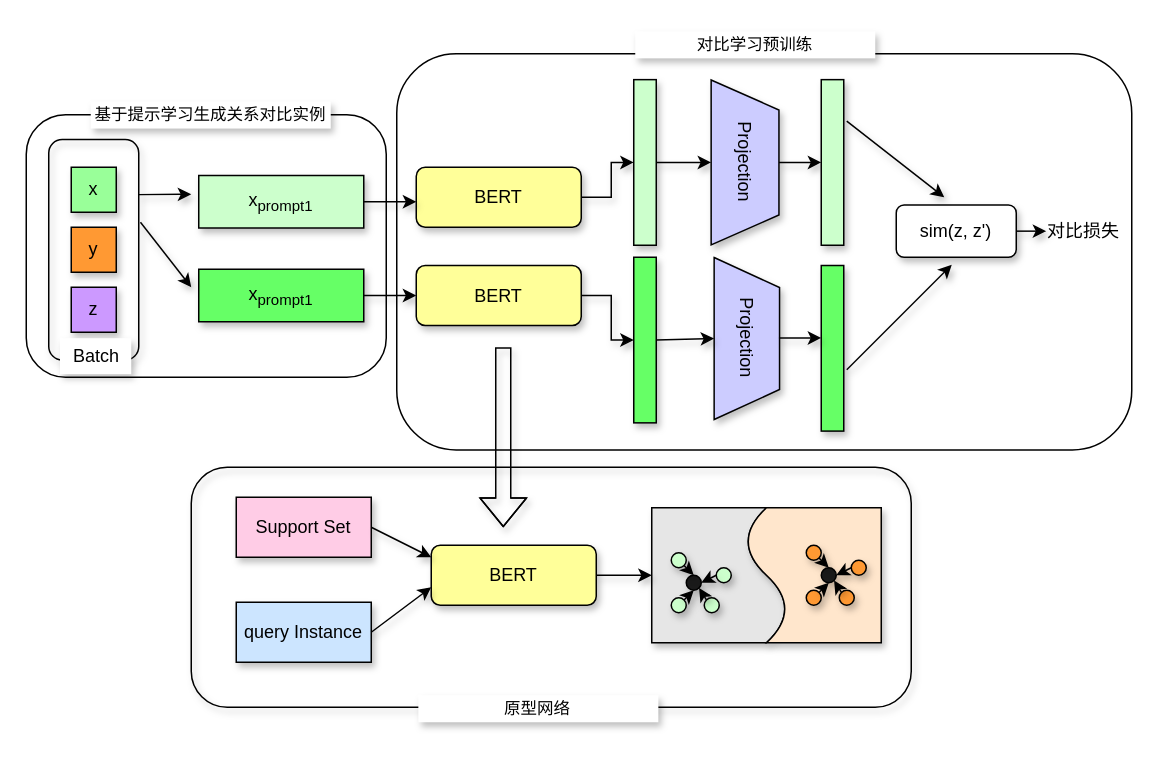
Above: page "第 1 页" (1 of 2) of FSRECP.drawio in janicewym/FSRECP (draw.io), before the change. Source tidied: cells renumbered, new cells numbered last; positions are measured from the earlier drawing's top-left corner, leaving out a move shared by most shapes. Both pictures are drawn from the tidied source at 150%, with x=0, y=0 at pixel (26, 30).
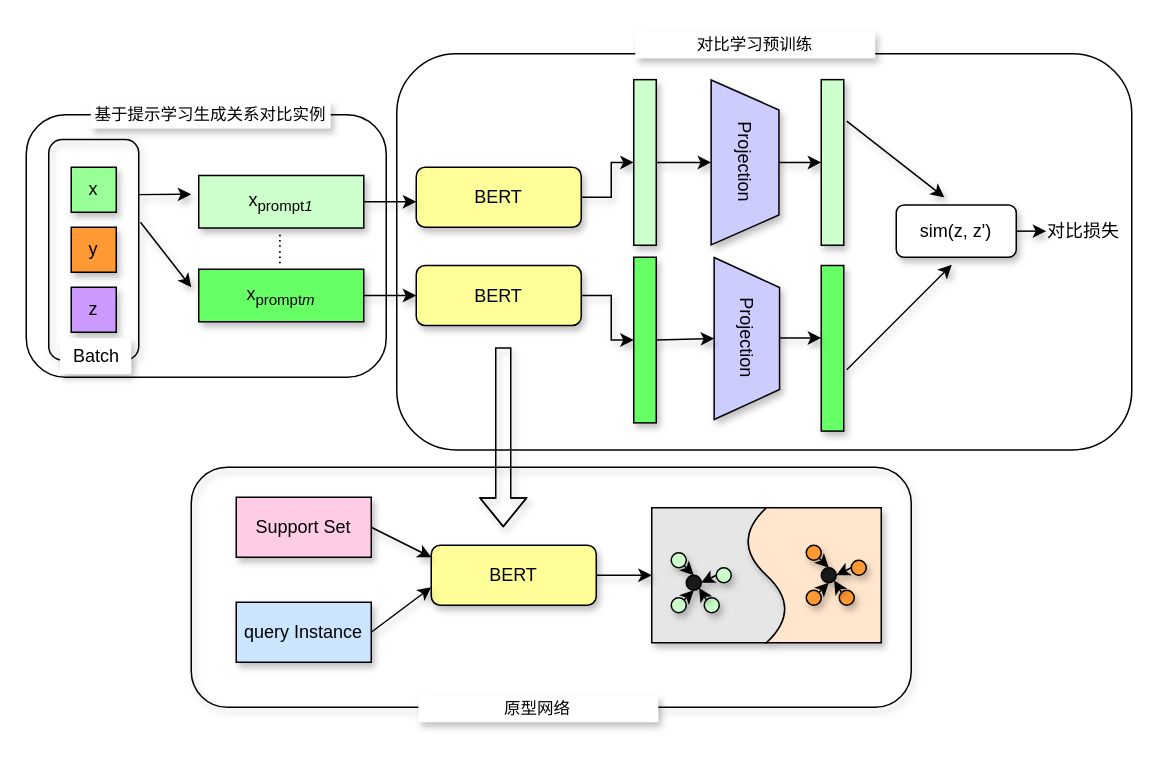
After the change.

What changed in the source:
```diff
@@
-    <mxCell id="8" value="x&lt;sub&gt;prompt1&lt;/sub&gt;" style="rounded=0;whiteSpace=wrap;html=1;fillColor=#CCFFCC;shadow=1;" parent="1" vertex="1">
+    <mxCell id="8" value="x&lt;sub&gt;prompt&lt;i&gt;1&lt;/i&gt;&lt;/sub&gt;" style="rounded=0;whiteSpace=wrap;html=1;fillColor=#CCFFCC;shadow=1;" parent="1" vertex="1">
       <mxGeometry x="115" y="96.5" width="110" height="35" as="geometry" />
     </mxCell>
@@
-    <mxCell id="10" value="x&lt;sub&gt;prompt1&lt;/sub&gt;" style="rounded=0;whiteSpace=wrap;html=1;fillColor=#66FF66;shadow=1;" parent="1" vertex="1">
+    <mxCell id="10" value="x&lt;sub&gt;prompt&lt;i&gt;m&lt;/i&gt;&lt;/sub&gt;" style="rounded=0;whiteSpace=wrap;html=1;fillColor=#66FF66;shadow=1;" parent="1" vertex="1">
       <mxGeometry x="115" y="159" width="110" height="35" as="geometry" />
     </mxCell>
@@
+    <mxCell id="66" value="……" style="text;html=1;strokeColor=none;fillColor=none;align=center;verticalAlign=middle;whiteSpace=wrap;rounded=0;shadow=1;fontSize=11;rotation=90;" parent="1" vertex="1">
+      <mxGeometry x="143" y="131" width="60" height="30" as="geometry" />
+    </mxCell>
```
